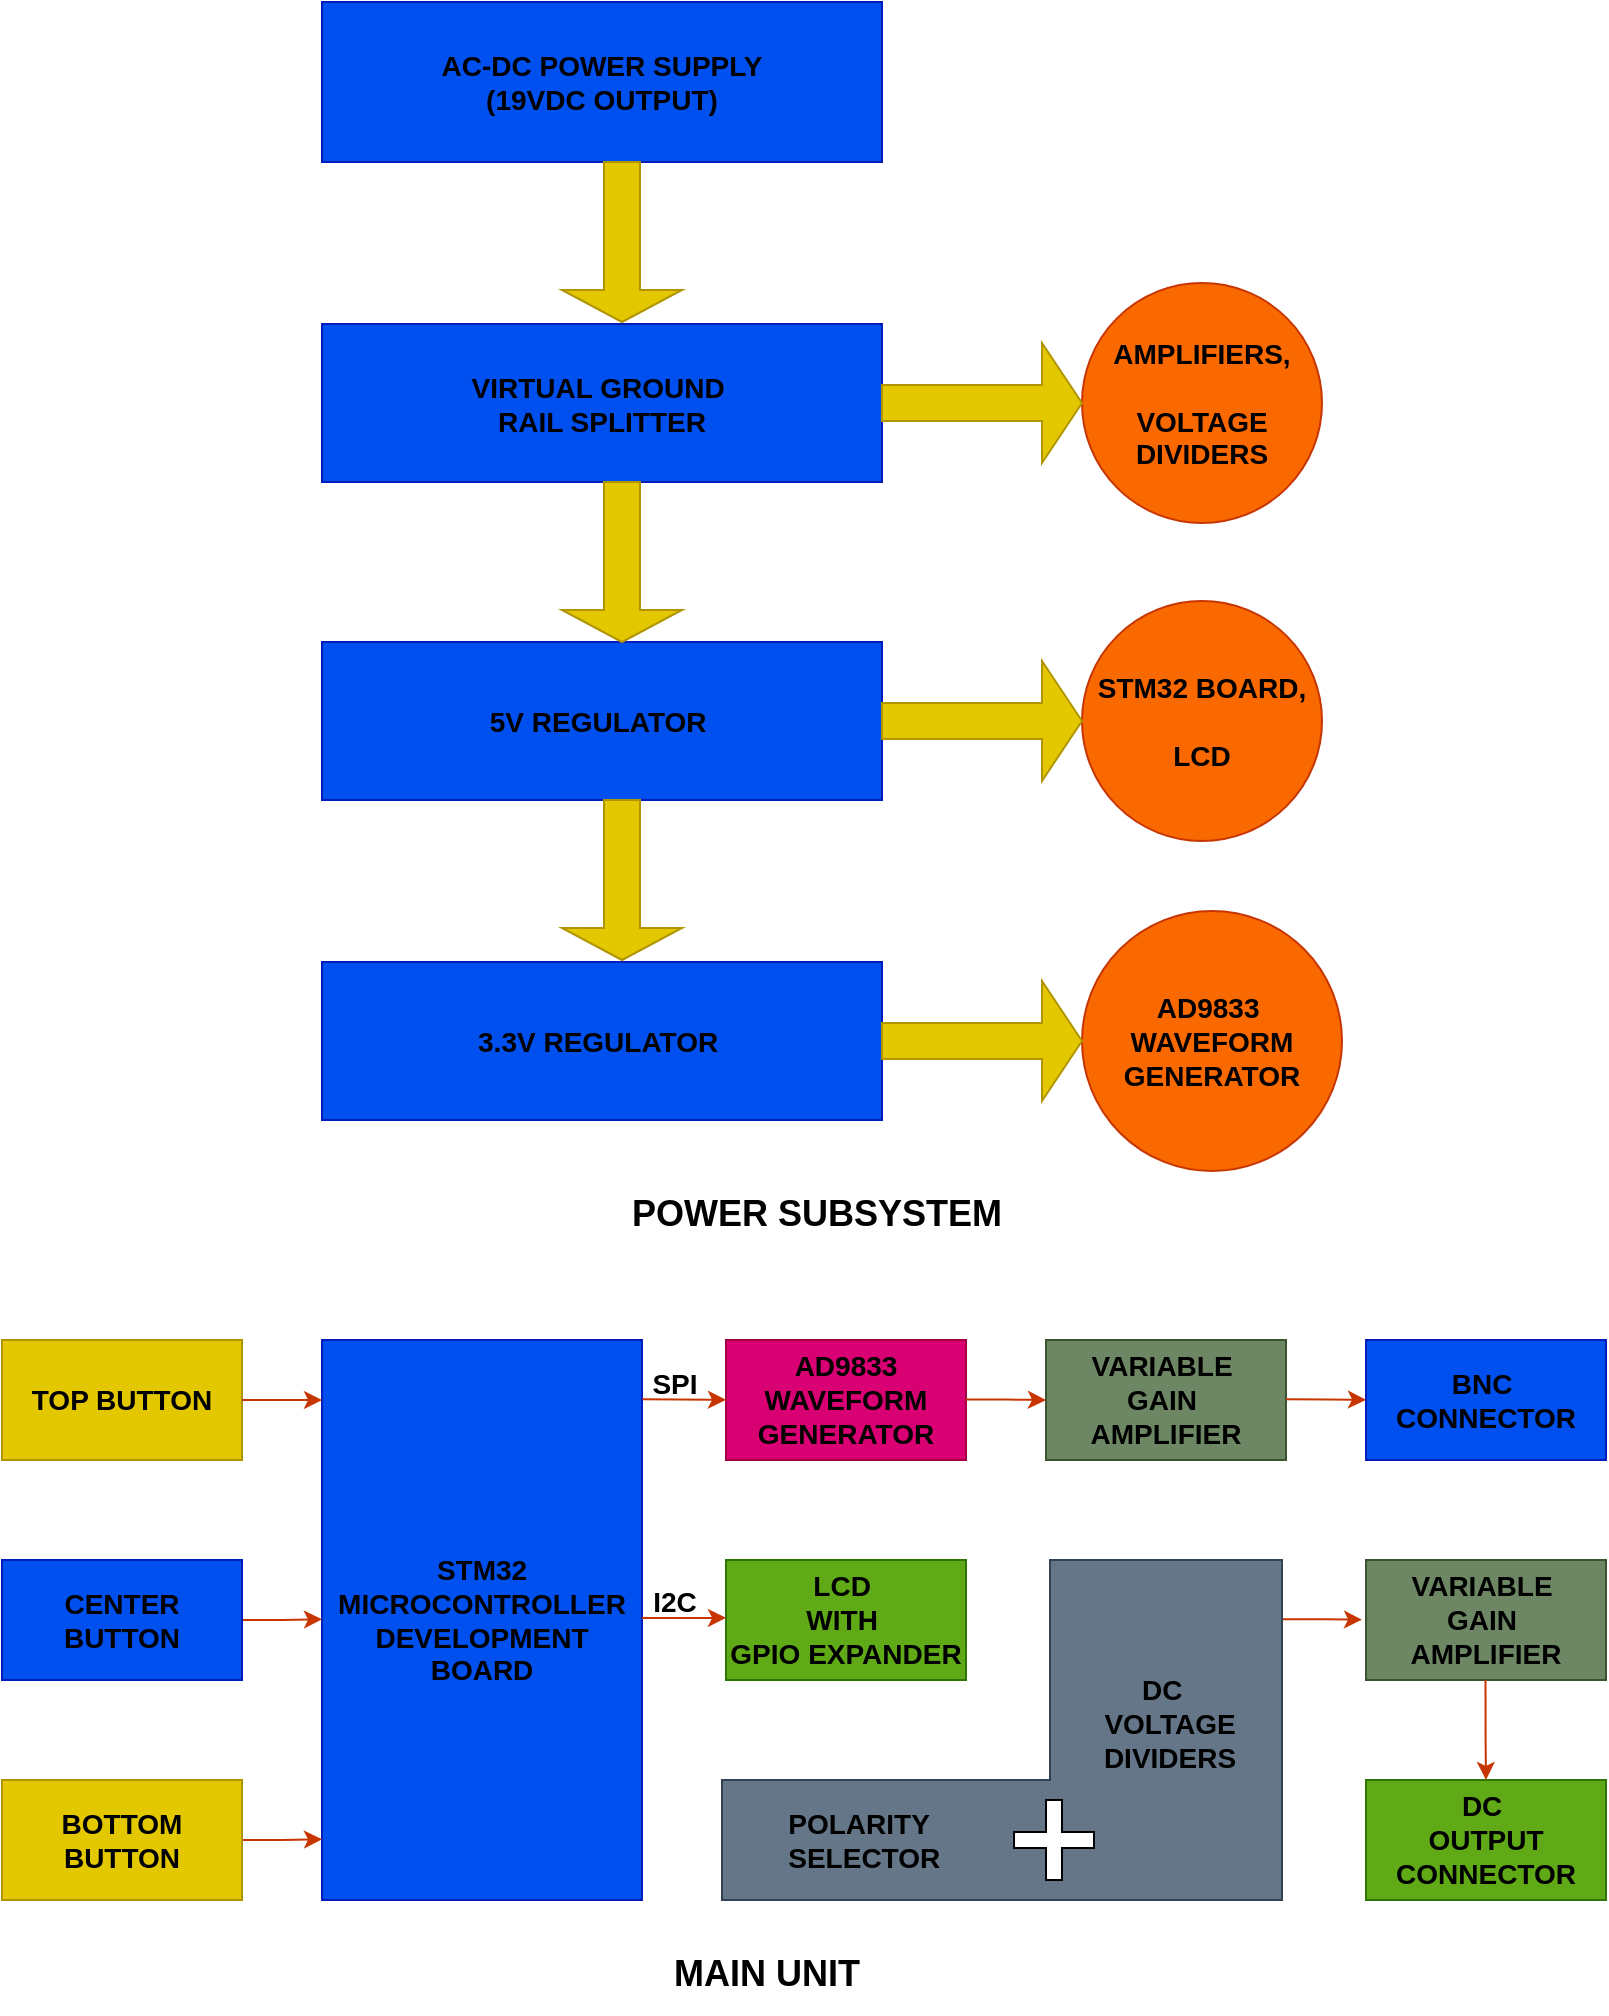
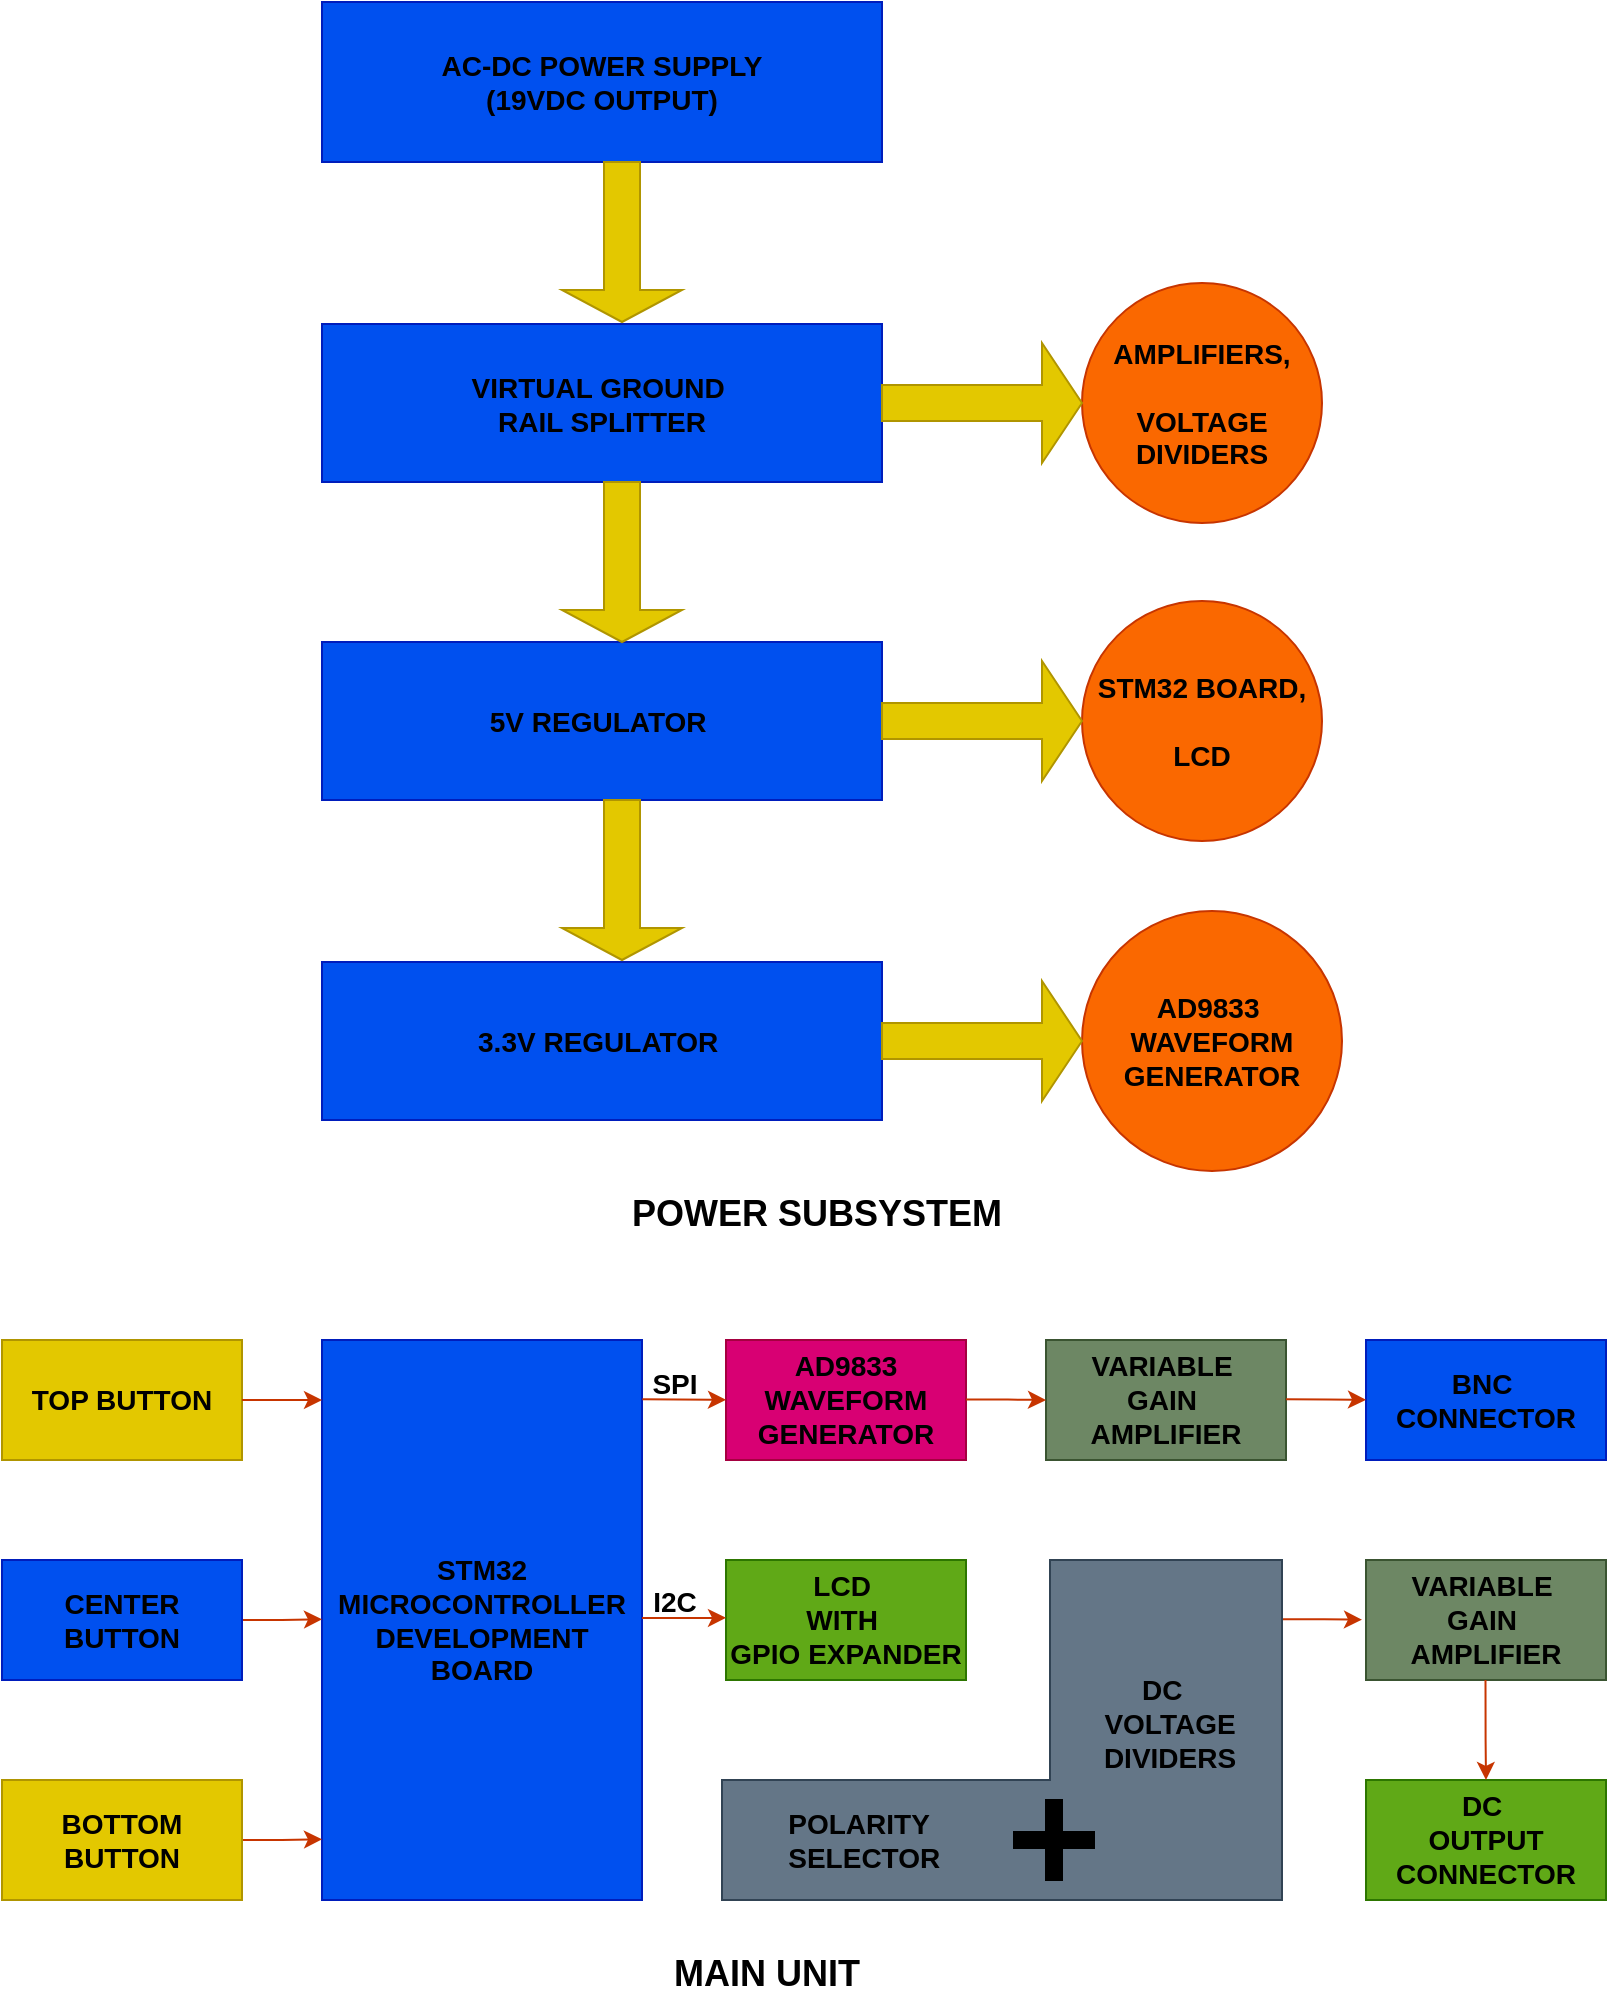
<mxfile host="Electron" agent="Mozilla/5.0 (Windows NT 10.0; Win64; x64) AppleWebKit/537.36 (KHTML, like Gecko) draw.io/25.0.2 Chrome/128.0.6613.186 Electron/32.2.5 Safari/537.36" version="25.0.2">
  <diagram name="Page-1" id="zI-fd34Jn13eSEmsXVbT">
-     <mxGraphModel dx="430" dy="277" grid="1" gridSize="10" guides="1" tooltips="1" connect="1" arrows="1" fold="1" page="1" pageScale="1" pageWidth="827" pageHeight="1169" math="0" shadow="0">
+     <mxGraphModel dx="241" dy="148" grid="1" gridSize="10" guides="1" tooltips="1" connect="1" arrows="1" fold="1" page="1" pageScale="1" pageWidth="827" pageHeight="1169" math="0" shadow="0">
      <root>
        <mxCell id="0" />
        <mxCell id="1" parent="0" />
        <mxCell id="C_1iWkrWVhk2KQEwKrif-1" value="&lt;font style=&quot;font-size: 14px;&quot; color=&quot;#000000&quot;&gt;&lt;b style=&quot;&quot;&gt;STM32 MICROCONTROLLER DEVELOPMENT BOARD&lt;/b&gt;&lt;/font&gt;" style="rounded=0;whiteSpace=wrap;html=1;fillColor=#0050ef;fontColor=#ffffff;strokeColor=#001DBC;" parent="1" vertex="1">
          <mxGeometry x="174" y="710" width="160" height="280" as="geometry" />
        </mxCell>
-         <mxCell id="73_bf7qP_FaloE6AHsFR-1" value="&lt;font color=&quot;#000000&quot; style=&quot;font-size: 14px;&quot;&gt;&lt;b&gt;TOP BUTTON&lt;/b&gt;&lt;/font&gt;" style="rounded=0;whiteSpace=wrap;html=1;fillColor=#e3c800;fontColor=#000000;strokeColor=#B09500;" vertex="1" parent="1">
+         <mxCell id="73_bf7qP_FaloE6AHsFR-1" value="&lt;font color=&quot;#000000&quot; style=&quot;font-size: 14px;&quot;&gt;&lt;b&gt;TOP BUTTON&lt;/b&gt;&lt;/font&gt;" style="rounded=0;whiteSpace=wrap;html=1;fillColor=#e3c800;fontColor=#000000;strokeColor=#B09500;" parent="1" vertex="1">
          <mxGeometry x="14" y="710" width="120" height="60" as="geometry" />
        </mxCell>
-         <mxCell id="73_bf7qP_FaloE6AHsFR-4" value="&lt;font style=&quot;font-size: 14px;&quot; color=&quot;#000000&quot;&gt;&lt;b&gt;LCD&amp;nbsp;&lt;/b&gt;&lt;/font&gt;&lt;div&gt;&lt;font style=&quot;font-size: 14px;&quot; color=&quot;#000000&quot;&gt;&lt;b&gt;WITH&amp;nbsp;&lt;/b&gt;&lt;/font&gt;&lt;/div&gt;&lt;div&gt;&lt;font style=&quot;font-size: 14px;&quot; color=&quot;#000000&quot;&gt;&lt;b&gt;GPIO EXPANDER&lt;/b&gt;&lt;/font&gt;&lt;/div&gt;" style="rounded=0;whiteSpace=wrap;html=1;fillColor=#60a917;fontColor=#ffffff;strokeColor=#2D7600;" vertex="1" parent="1">
+         <mxCell id="73_bf7qP_FaloE6AHsFR-4" value="&lt;font style=&quot;font-size: 14px;&quot; color=&quot;#000000&quot;&gt;&lt;b&gt;LCD&amp;nbsp;&lt;/b&gt;&lt;/font&gt;&lt;div&gt;&lt;font style=&quot;font-size: 14px;&quot; color=&quot;#000000&quot;&gt;&lt;b&gt;WITH&amp;nbsp;&lt;/b&gt;&lt;/font&gt;&lt;/div&gt;&lt;div&gt;&lt;font style=&quot;font-size: 14px;&quot; color=&quot;#000000&quot;&gt;&lt;b&gt;GPIO EXPANDER&lt;/b&gt;&lt;/font&gt;&lt;/div&gt;" style="rounded=0;whiteSpace=wrap;html=1;fillColor=#60a917;fontColor=#ffffff;strokeColor=#2D7600;" parent="1" vertex="1">
          <mxGeometry x="376" y="820" width="120" height="60" as="geometry" />
        </mxCell>
-         <mxCell id="73_bf7qP_FaloE6AHsFR-5" value="&lt;b&gt;&lt;font color=&quot;#000000&quot; style=&quot;font-size: 14px;&quot;&gt;AD9833 WAVEFORM GENERATOR&lt;/font&gt;&lt;/b&gt;" style="rounded=0;whiteSpace=wrap;html=1;fillColor=#d80073;fontColor=#ffffff;strokeColor=#A50040;" vertex="1" parent="1">
+         <mxCell id="73_bf7qP_FaloE6AHsFR-5" value="&lt;b&gt;&lt;font color=&quot;#000000&quot; style=&quot;font-size: 14px;&quot;&gt;AD9833 WAVEFORM GENERATOR&lt;/font&gt;&lt;/b&gt;" style="rounded=0;whiteSpace=wrap;html=1;fillColor=#d80073;fontColor=#ffffff;strokeColor=#A50040;" parent="1" vertex="1">
          <mxGeometry x="376" y="710" width="120" height="60" as="geometry" />
        </mxCell>
-         <mxCell id="73_bf7qP_FaloE6AHsFR-7" style="edgeStyle=orthogonalEdgeStyle;rounded=0;orthogonalLoop=1;jettySize=auto;html=1;exitX=1;exitY=0.5;exitDx=0;exitDy=0;fillColor=#fa6800;strokeColor=#C73500;" edge="1" parent="1" source="73_bf7qP_FaloE6AHsFR-1">
+         <mxCell id="73_bf7qP_FaloE6AHsFR-7" style="edgeStyle=orthogonalEdgeStyle;rounded=0;orthogonalLoop=1;jettySize=auto;html=1;exitX=1;exitY=0.5;exitDx=0;exitDy=0;fillColor=#fa6800;strokeColor=#C73500;" parent="1" source="73_bf7qP_FaloE6AHsFR-1" edge="1">
          <mxGeometry relative="1" as="geometry">
            <mxPoint x="174" y="740" as="targetPoint" />
          </mxGeometry>
        </mxCell>
-         <mxCell id="73_bf7qP_FaloE6AHsFR-8" style="edgeStyle=orthogonalEdgeStyle;rounded=0;orthogonalLoop=1;jettySize=auto;html=1;exitX=1;exitY=0.5;exitDx=0;exitDy=0;fillColor=#fa6800;strokeColor=#C73500;" edge="1" parent="1" source="73_bf7qP_FaloE6AHsFR-2">
+         <mxCell id="73_bf7qP_FaloE6AHsFR-8" style="edgeStyle=orthogonalEdgeStyle;rounded=0;orthogonalLoop=1;jettySize=auto;html=1;exitX=1;exitY=0.5;exitDx=0;exitDy=0;fillColor=#fa6800;strokeColor=#C73500;" parent="1" source="73_bf7qP_FaloE6AHsFR-2" edge="1">
          <mxGeometry relative="1" as="geometry">
            <mxPoint x="94" y="849.64" as="sourcePoint" />
            <mxPoint x="174" y="849.64" as="targetPoint" />
          </mxGeometry>
        </mxCell>
-         <mxCell id="73_bf7qP_FaloE6AHsFR-9" style="edgeStyle=orthogonalEdgeStyle;rounded=0;orthogonalLoop=1;jettySize=auto;html=1;exitX=1;exitY=0.5;exitDx=0;exitDy=0;fillColor=#fa6800;strokeColor=#C73500;" edge="1" parent="1" source="73_bf7qP_FaloE6AHsFR-3">
+         <mxCell id="73_bf7qP_FaloE6AHsFR-9" style="edgeStyle=orthogonalEdgeStyle;rounded=0;orthogonalLoop=1;jettySize=auto;html=1;exitX=1;exitY=0.5;exitDx=0;exitDy=0;fillColor=#fa6800;strokeColor=#C73500;" parent="1" source="73_bf7qP_FaloE6AHsFR-3" edge="1">
          <mxGeometry relative="1" as="geometry">
            <mxPoint x="94" y="959.6399999999999" as="sourcePoint" />
            <mxPoint x="174" y="959.6399999999999" as="targetPoint" />
          </mxGeometry>
        </mxCell>
-         <mxCell id="73_bf7qP_FaloE6AHsFR-10" style="edgeStyle=orthogonalEdgeStyle;rounded=0;orthogonalLoop=1;jettySize=auto;html=1;exitX=1.001;exitY=0.106;exitDx=0;exitDy=0;fillColor=#fa6800;strokeColor=#C73500;exitPerimeter=0;" edge="1" parent="1" source="C_1iWkrWVhk2KQEwKrif-1">
+         <mxCell id="73_bf7qP_FaloE6AHsFR-10" style="edgeStyle=orthogonalEdgeStyle;rounded=0;orthogonalLoop=1;jettySize=auto;html=1;exitX=1.001;exitY=0.106;exitDx=0;exitDy=0;fillColor=#fa6800;strokeColor=#C73500;exitPerimeter=0;" parent="1" source="C_1iWkrWVhk2KQEwKrif-1" edge="1">
          <mxGeometry relative="1" as="geometry">
            <mxPoint x="336" y="739.5699999999999" as="sourcePoint" />
            <mxPoint x="376" y="739.9300000000001" as="targetPoint" />
            <Array as="points">
              <mxPoint x="352" y="740" />
            </Array>
          </mxGeometry>
        </mxCell>
-         <mxCell id="73_bf7qP_FaloE6AHsFR-15" value="&lt;font color=&quot;#000000&quot;&gt;&lt;span style=&quot;font-size: 14px;&quot;&gt;&lt;b&gt;VARIABLE&amp;nbsp;&lt;/b&gt;&lt;/span&gt;&lt;/font&gt;&lt;div&gt;&lt;font color=&quot;#000000&quot;&gt;&lt;span style=&quot;font-size: 14px;&quot;&gt;&lt;b&gt;GAIN&amp;nbsp;&lt;/b&gt;&lt;/span&gt;&lt;/font&gt;&lt;/div&gt;&lt;div&gt;&lt;font color=&quot;#000000&quot;&gt;&lt;span style=&quot;font-size: 14px;&quot;&gt;&lt;b&gt;AMPLIFIER&lt;/b&gt;&lt;/span&gt;&lt;/font&gt;&lt;/div&gt;" style="rounded=0;whiteSpace=wrap;html=1;fillColor=#6d8764;fontColor=#ffffff;strokeColor=#3A5431;" vertex="1" parent="1">
+         <mxCell id="73_bf7qP_FaloE6AHsFR-15" value="&lt;font color=&quot;#000000&quot;&gt;&lt;span style=&quot;font-size: 14px;&quot;&gt;&lt;b&gt;VARIABLE&amp;nbsp;&lt;/b&gt;&lt;/span&gt;&lt;/font&gt;&lt;div&gt;&lt;font color=&quot;#000000&quot;&gt;&lt;span style=&quot;font-size: 14px;&quot;&gt;&lt;b&gt;GAIN&amp;nbsp;&lt;/b&gt;&lt;/span&gt;&lt;/font&gt;&lt;/div&gt;&lt;div&gt;&lt;font color=&quot;#000000&quot;&gt;&lt;span style=&quot;font-size: 14px;&quot;&gt;&lt;b&gt;AMPLIFIER&lt;/b&gt;&lt;/span&gt;&lt;/font&gt;&lt;/div&gt;" style="rounded=0;whiteSpace=wrap;html=1;fillColor=#6d8764;fontColor=#ffffff;strokeColor=#3A5431;" parent="1" vertex="1">
          <mxGeometry x="536" y="710" width="120" height="60" as="geometry" />
        </mxCell>
-         <mxCell id="73_bf7qP_FaloE6AHsFR-16" style="edgeStyle=orthogonalEdgeStyle;rounded=0;orthogonalLoop=1;jettySize=auto;html=1;exitX=1;exitY=0.5;exitDx=0;exitDy=0;fillColor=#fa6800;strokeColor=#C73500;" edge="1" parent="1">
+         <mxCell id="73_bf7qP_FaloE6AHsFR-16" style="edgeStyle=orthogonalEdgeStyle;rounded=0;orthogonalLoop=1;jettySize=auto;html=1;exitX=1;exitY=0.5;exitDx=0;exitDy=0;fillColor=#fa6800;strokeColor=#C73500;" parent="1" edge="1">
          <mxGeometry relative="1" as="geometry">
            <mxPoint x="496" y="739.76" as="sourcePoint" />
            <mxPoint x="536" y="740" as="targetPoint" />
            <Array as="points">
              <mxPoint x="517" y="740" />
            </Array>
          </mxGeometry>
        </mxCell>
-         <mxCell id="73_bf7qP_FaloE6AHsFR-20" value="&lt;font style=&quot;font-size: 14px;&quot; color=&quot;#000000&quot;&gt;&lt;b style=&quot;&quot;&gt;BNC&amp;nbsp;&lt;/b&gt;&lt;/font&gt;&lt;div&gt;&lt;font style=&quot;font-size: 14px;&quot; color=&quot;#000000&quot;&gt;&lt;b style=&quot;&quot;&gt;CONNECTOR&lt;/b&gt;&lt;/font&gt;&lt;/div&gt;" style="rounded=0;whiteSpace=wrap;html=1;fillColor=#0050ef;fontColor=#ffffff;strokeColor=#001DBC;" vertex="1" parent="1">
+         <mxCell id="73_bf7qP_FaloE6AHsFR-20" value="&lt;font style=&quot;font-size: 14px;&quot; color=&quot;#000000&quot;&gt;&lt;b style=&quot;&quot;&gt;BNC&amp;nbsp;&lt;/b&gt;&lt;/font&gt;&lt;div&gt;&lt;font style=&quot;font-size: 14px;&quot; color=&quot;#000000&quot;&gt;&lt;b style=&quot;&quot;&gt;CONNECTOR&lt;/b&gt;&lt;/font&gt;&lt;/div&gt;" style="rounded=0;whiteSpace=wrap;html=1;fillColor=#0050ef;fontColor=#ffffff;strokeColor=#001DBC;" parent="1" vertex="1">
          <mxGeometry x="696" y="710" width="120" height="60" as="geometry" />
        </mxCell>
-         <mxCell id="73_bf7qP_FaloE6AHsFR-21" value="" style="edgeStyle=orthogonalEdgeStyle;rounded=0;orthogonalLoop=1;jettySize=auto;html=1;exitX=1;exitY=0.5;exitDx=0;exitDy=0;" edge="1" parent="1" target="73_bf7qP_FaloE6AHsFR-2">
+         <mxCell id="73_bf7qP_FaloE6AHsFR-21" value="" style="edgeStyle=orthogonalEdgeStyle;rounded=0;orthogonalLoop=1;jettySize=auto;html=1;exitX=1;exitY=0.5;exitDx=0;exitDy=0;" parent="1" target="73_bf7qP_FaloE6AHsFR-2" edge="1">
          <mxGeometry relative="1" as="geometry">
            <mxPoint x="94" y="839.64" as="sourcePoint" />
            <mxPoint x="174" y="839.64" as="targetPoint" />
          </mxGeometry>
        </mxCell>
-         <mxCell id="73_bf7qP_FaloE6AHsFR-2" value="&lt;font color=&quot;#000000&quot; style=&quot;font-size: 14px;&quot;&gt;&lt;b&gt;CENTER BUTTON&lt;/b&gt;&lt;/font&gt;" style="rounded=0;whiteSpace=wrap;html=1;fillColor=#0050ef;fontColor=#ffffff;strokeColor=#001DBC;" vertex="1" parent="1">
+         <mxCell id="73_bf7qP_FaloE6AHsFR-2" value="&lt;font color=&quot;#000000&quot; style=&quot;font-size: 14px;&quot;&gt;&lt;b&gt;CENTER BUTTON&lt;/b&gt;&lt;/font&gt;" style="rounded=0;whiteSpace=wrap;html=1;fillColor=#0050ef;fontColor=#ffffff;strokeColor=#001DBC;" parent="1" vertex="1">
          <mxGeometry x="14" y="820" width="120" height="60" as="geometry" />
        </mxCell>
-         <mxCell id="73_bf7qP_FaloE6AHsFR-3" value="&lt;font color=&quot;#000000&quot; style=&quot;font-size: 14px;&quot;&gt;&lt;b&gt;BOTTOM BUTTON&lt;/b&gt;&lt;/font&gt;" style="rounded=0;whiteSpace=wrap;html=1;fillColor=#e3c800;fontColor=#000000;strokeColor=#B09500;" vertex="1" parent="1">
+         <mxCell id="73_bf7qP_FaloE6AHsFR-3" value="&lt;font color=&quot;#000000&quot; style=&quot;font-size: 14px;&quot;&gt;&lt;b&gt;BOTTOM BUTTON&lt;/b&gt;&lt;/font&gt;" style="rounded=0;whiteSpace=wrap;html=1;fillColor=#e3c800;fontColor=#000000;strokeColor=#B09500;" parent="1" vertex="1">
          <mxGeometry x="14" y="930" width="120" height="60" as="geometry" />
        </mxCell>
-         <mxCell id="73_bf7qP_FaloE6AHsFR-28" style="edgeStyle=orthogonalEdgeStyle;rounded=0;orthogonalLoop=1;jettySize=auto;html=1;exitX=1;exitY=0.5;exitDx=0;exitDy=0;fillColor=#fa6800;strokeColor=#C73500;" edge="1" parent="1">
+         <mxCell id="73_bf7qP_FaloE6AHsFR-28" style="edgeStyle=orthogonalEdgeStyle;rounded=0;orthogonalLoop=1;jettySize=auto;html=1;exitX=1;exitY=0.5;exitDx=0;exitDy=0;fillColor=#fa6800;strokeColor=#C73500;" parent="1" edge="1">
          <mxGeometry relative="1" as="geometry">
            <mxPoint x="656" y="739.65" as="sourcePoint" />
            <mxPoint x="696" y="739.89" as="targetPoint" />
            <Array as="points">
              <mxPoint x="677" y="740" />
            </Array>
          </mxGeometry>
        </mxCell>
-         <mxCell id="73_bf7qP_FaloE6AHsFR-30" value="&lt;font color=&quot;#000000&quot;&gt;&lt;span style=&quot;font-size: 14px;&quot;&gt;&lt;b&gt;VARIABLE&amp;nbsp;&lt;/b&gt;&lt;/span&gt;&lt;/font&gt;&lt;div&gt;&lt;font color=&quot;#000000&quot;&gt;&lt;span style=&quot;font-size: 14px;&quot;&gt;&lt;b&gt;GAIN&amp;nbsp;&lt;/b&gt;&lt;/span&gt;&lt;/font&gt;&lt;/div&gt;&lt;div&gt;&lt;font color=&quot;#000000&quot;&gt;&lt;span style=&quot;font-size: 14px;&quot;&gt;&lt;b&gt;AMPLIFIER&lt;/b&gt;&lt;/span&gt;&lt;/font&gt;&lt;/div&gt;" style="rounded=0;whiteSpace=wrap;html=1;fillColor=#6d8764;fontColor=#ffffff;strokeColor=#3A5431;" vertex="1" parent="1">
+         <mxCell id="73_bf7qP_FaloE6AHsFR-30" value="&lt;font color=&quot;#000000&quot;&gt;&lt;span style=&quot;font-size: 14px;&quot;&gt;&lt;b&gt;VARIABLE&amp;nbsp;&lt;/b&gt;&lt;/span&gt;&lt;/font&gt;&lt;div&gt;&lt;font color=&quot;#000000&quot;&gt;&lt;span style=&quot;font-size: 14px;&quot;&gt;&lt;b&gt;GAIN&amp;nbsp;&lt;/b&gt;&lt;/span&gt;&lt;/font&gt;&lt;/div&gt;&lt;div&gt;&lt;font color=&quot;#000000&quot;&gt;&lt;span style=&quot;font-size: 14px;&quot;&gt;&lt;b&gt;AMPLIFIER&lt;/b&gt;&lt;/span&gt;&lt;/font&gt;&lt;/div&gt;" style="rounded=0;whiteSpace=wrap;html=1;fillColor=#6d8764;fontColor=#ffffff;strokeColor=#3A5431;" parent="1" vertex="1">
          <mxGeometry x="696" y="820" width="120" height="60" as="geometry" />
        </mxCell>
-         <mxCell id="73_bf7qP_FaloE6AHsFR-32" style="edgeStyle=orthogonalEdgeStyle;rounded=0;orthogonalLoop=1;jettySize=auto;html=1;exitX=1;exitY=0.5;exitDx=0;exitDy=0;fillColor=#fa6800;strokeColor=#C73500;" edge="1" parent="1">
+         <mxCell id="73_bf7qP_FaloE6AHsFR-32" style="edgeStyle=orthogonalEdgeStyle;rounded=0;orthogonalLoop=1;jettySize=auto;html=1;exitX=1;exitY=0.5;exitDx=0;exitDy=0;fillColor=#fa6800;strokeColor=#C73500;" parent="1" edge="1">
          <mxGeometry relative="1" as="geometry">
            <mxPoint x="654" y="849.62" as="sourcePoint" />
            <mxPoint x="694" y="849.86" as="targetPoint" />
            <Array as="points">
              <mxPoint x="675" y="850" />
            </Array>
          </mxGeometry>
        </mxCell>
-         <mxCell id="73_bf7qP_FaloE6AHsFR-35" value="" style="shape=corner;whiteSpace=wrap;html=1;rotation=-180;dx=116;dy=60;fillColor=#647687;fontColor=#ffffff;strokeColor=#314354;" vertex="1" parent="1">
+         <mxCell id="73_bf7qP_FaloE6AHsFR-35" value="" style="shape=corner;whiteSpace=wrap;html=1;rotation=-180;dx=116;dy=60;fillColor=#647687;fontColor=#ffffff;strokeColor=#314354;" parent="1" vertex="1">
          <mxGeometry x="374" y="820" width="280" height="170" as="geometry" />
        </mxCell>
-         <mxCell id="73_bf7qP_FaloE6AHsFR-37" value="&lt;div style=&quot;text-align: center;&quot;&gt;&lt;b style=&quot;background-color: initial; color: rgb(0, 0, 0); font-size: 14px;&quot;&gt;&lt;br&gt;&lt;/b&gt;&lt;/div&gt;&lt;div style=&quot;text-align: center;&quot;&gt;&lt;b style=&quot;background-color: initial; color: rgb(0, 0, 0); font-size: 14px;&quot;&gt;&lt;br&gt;&lt;/b&gt;&lt;/div&gt;&lt;div style=&quot;text-align: center;&quot;&gt;&lt;b style=&quot;background-color: initial; color: rgb(0, 0, 0); font-size: 14px;&quot;&gt;&lt;br&gt;&lt;/b&gt;&lt;/div&gt;&lt;div style=&quot;text-align: center;&quot;&gt;&lt;b style=&quot;background-color: initial; color: rgb(0, 0, 0); font-size: 14px;&quot;&gt;DC&amp;nbsp;&amp;nbsp;&lt;/b&gt;&lt;br&gt;&lt;/div&gt;&lt;div style=&quot;text-align: center;&quot;&gt;&lt;b style=&quot;color: rgb(0, 0, 0); background-color: initial; font-size: 14px;&quot;&gt;VOLTAGE DIVIDERS&lt;/b&gt;&lt;/div&gt;" style="text;whiteSpace=wrap;html=1;" vertex="1" parent="1">
+         <mxCell id="73_bf7qP_FaloE6AHsFR-37" value="&lt;div style=&quot;text-align: center;&quot;&gt;&lt;b style=&quot;background-color: initial; color: rgb(0, 0, 0); font-size: 14px;&quot;&gt;&lt;br&gt;&lt;/b&gt;&lt;/div&gt;&lt;div style=&quot;text-align: center;&quot;&gt;&lt;b style=&quot;background-color: initial; color: rgb(0, 0, 0); font-size: 14px;&quot;&gt;&lt;br&gt;&lt;/b&gt;&lt;/div&gt;&lt;div style=&quot;text-align: center;&quot;&gt;&lt;b style=&quot;background-color: initial; color: rgb(0, 0, 0); font-size: 14px;&quot;&gt;&lt;br&gt;&lt;/b&gt;&lt;/div&gt;&lt;div style=&quot;text-align: center;&quot;&gt;&lt;b style=&quot;background-color: initial; color: rgb(0, 0, 0); font-size: 14px;&quot;&gt;DC&amp;nbsp;&amp;nbsp;&lt;/b&gt;&lt;br&gt;&lt;/div&gt;&lt;div style=&quot;text-align: center;&quot;&gt;&lt;b style=&quot;color: rgb(0, 0, 0); background-color: initial; font-size: 14px;&quot;&gt;VOLTAGE DIVIDERS&lt;/b&gt;&lt;/div&gt;" style="text;whiteSpace=wrap;html=1;" parent="1" vertex="1">
          <mxGeometry x="540" y="820" width="114" height="170" as="geometry" />
        </mxCell>
-         <mxCell id="73_bf7qP_FaloE6AHsFR-38" value="&lt;div&gt;&lt;font style=&quot;font-size: 14px;&quot; color=&quot;#000000&quot;&gt;&lt;b&gt;&lt;br&gt;&lt;/b&gt;&lt;/font&gt;&lt;/div&gt;&lt;font style=&quot;font-size: 14px;&quot; color=&quot;#000000&quot;&gt;&lt;b&gt;&lt;span style=&quot;white-space: pre;&quot;&gt;&#x9;&lt;/span&gt;POLARITY&amp;nbsp;&lt;/b&gt;&lt;/font&gt;&lt;div&gt;&lt;font style=&quot;font-size: 14px;&quot; color=&quot;#000000&quot;&gt;&lt;b&gt;&lt;span style=&quot;white-space: pre;&quot;&gt;&#x9;&lt;/span&gt;SELECTOR&lt;/b&gt;&lt;/font&gt;&lt;/div&gt;" style="text;whiteSpace=wrap;html=1;" vertex="1" parent="1">
+         <mxCell id="73_bf7qP_FaloE6AHsFR-38" value="&lt;div&gt;&lt;font style=&quot;font-size: 14px;&quot; color=&quot;#000000&quot;&gt;&lt;b&gt;&lt;br&gt;&lt;/b&gt;&lt;/font&gt;&lt;/div&gt;&lt;font style=&quot;font-size: 14px;&quot; color=&quot;#000000&quot;&gt;&lt;b&gt;&lt;span style=&quot;white-space: pre;&quot;&gt;&#x9;&lt;/span&gt;POLARITY&amp;nbsp;&lt;/b&gt;&lt;/font&gt;&lt;div&gt;&lt;font style=&quot;font-size: 14px;&quot; color=&quot;#000000&quot;&gt;&lt;b&gt;&lt;span style=&quot;white-space: pre;&quot;&gt;&#x9;&lt;/span&gt;SELECTOR&lt;/b&gt;&lt;/font&gt;&lt;/div&gt;" style="text;whiteSpace=wrap;html=1;" parent="1" vertex="1">
          <mxGeometry x="374" y="920" width="146" height="80" as="geometry" />
        </mxCell>
-         <mxCell id="73_bf7qP_FaloE6AHsFR-39" value="" style="shape=cross;whiteSpace=wrap;html=1;" vertex="1" parent="1">
+         <mxCell id="73_bf7qP_FaloE6AHsFR-39" value="" style="shape=cross;whiteSpace=wrap;html=1;fillColor=#000000;fontColor=#ffffff;strokeColor=#000000;" parent="1" vertex="1">
          <mxGeometry x="520" y="940" width="40" height="40" as="geometry" />
        </mxCell>
-         <mxCell id="73_bf7qP_FaloE6AHsFR-40" value="&lt;font color=&quot;#000000&quot;&gt;&lt;span style=&quot;font-size: 14px;&quot;&gt;&lt;b&gt;DC&amp;nbsp;&lt;/b&gt;&lt;/span&gt;&lt;/font&gt;&lt;div&gt;&lt;font color=&quot;#000000&quot;&gt;&lt;span style=&quot;font-size: 14px;&quot;&gt;&lt;b&gt;OUTPUT&lt;/b&gt;&lt;/span&gt;&lt;/font&gt;&lt;/div&gt;&lt;div&gt;&lt;font color=&quot;#000000&quot;&gt;&lt;span style=&quot;font-size: 14px;&quot;&gt;&lt;b&gt;CONNECTOR&lt;/b&gt;&lt;/span&gt;&lt;/font&gt;&lt;/div&gt;" style="rounded=0;whiteSpace=wrap;html=1;fillColor=#60a917;fontColor=#ffffff;strokeColor=#2D7600;" vertex="1" parent="1">
+         <mxCell id="73_bf7qP_FaloE6AHsFR-40" value="&lt;font color=&quot;#000000&quot;&gt;&lt;span style=&quot;font-size: 14px;&quot;&gt;&lt;b&gt;DC&amp;nbsp;&lt;/b&gt;&lt;/span&gt;&lt;/font&gt;&lt;div&gt;&lt;font color=&quot;#000000&quot;&gt;&lt;span style=&quot;font-size: 14px;&quot;&gt;&lt;b&gt;OUTPUT&lt;/b&gt;&lt;/span&gt;&lt;/font&gt;&lt;/div&gt;&lt;div&gt;&lt;font color=&quot;#000000&quot;&gt;&lt;span style=&quot;font-size: 14px;&quot;&gt;&lt;b&gt;CONNECTOR&lt;/b&gt;&lt;/span&gt;&lt;/font&gt;&lt;/div&gt;" style="rounded=0;whiteSpace=wrap;html=1;fillColor=#60a917;fontColor=#ffffff;strokeColor=#2D7600;" parent="1" vertex="1">
          <mxGeometry x="696" y="930" width="120" height="60" as="geometry" />
        </mxCell>
-         <mxCell id="73_bf7qP_FaloE6AHsFR-41" style="edgeStyle=orthogonalEdgeStyle;rounded=0;orthogonalLoop=1;jettySize=auto;html=1;entryX=0.5;entryY=0;entryDx=0;entryDy=0;fillColor=#fa6800;strokeColor=#C73500;" edge="1" parent="1">
+         <mxCell id="73_bf7qP_FaloE6AHsFR-41" style="edgeStyle=orthogonalEdgeStyle;rounded=0;orthogonalLoop=1;jettySize=auto;html=1;entryX=0.5;entryY=0;entryDx=0;entryDy=0;fillColor=#fa6800;strokeColor=#C73500;" parent="1" edge="1">
          <mxGeometry relative="1" as="geometry">
            <mxPoint x="755.75" y="880" as="sourcePoint" />
            <mxPoint x="756" y="930" as="targetPoint" />
            <Array as="points">
              <mxPoint x="756" y="910" />
              <mxPoint x="756" y="910" />
            </Array>
          </mxGeometry>
        </mxCell>
-         <mxCell id="73_bf7qP_FaloE6AHsFR-47" value="&lt;font color=&quot;#000000&quot; style=&quot;font-size: 14px;&quot;&gt;&lt;b&gt;AC-DC POWER SUPPLY&lt;/b&gt;&lt;/font&gt;&lt;div&gt;&lt;font color=&quot;#000000&quot; style=&quot;font-size: 14px;&quot;&gt;&lt;b&gt;(19VDC OUTPUT)&lt;/b&gt;&lt;/font&gt;&lt;/div&gt;" style="rounded=0;whiteSpace=wrap;html=1;fillColor=#0050ef;fontColor=#ffffff;strokeColor=#001DBC;" vertex="1" parent="1">
+         <mxCell id="73_bf7qP_FaloE6AHsFR-47" value="&lt;font color=&quot;#000000&quot; style=&quot;font-size: 14px;&quot;&gt;&lt;b&gt;AC-DC POWER SUPPLY&lt;/b&gt;&lt;/font&gt;&lt;div&gt;&lt;font color=&quot;#000000&quot; style=&quot;font-size: 14px;&quot;&gt;&lt;b&gt;(19VDC OUTPUT)&lt;/b&gt;&lt;/font&gt;&lt;/div&gt;" style="rounded=0;whiteSpace=wrap;html=1;fillColor=#0050ef;fontColor=#ffffff;strokeColor=#001DBC;" parent="1" vertex="1">
          <mxGeometry x="174" y="41" width="280" height="80" as="geometry" />
        </mxCell>
-         <mxCell id="73_bf7qP_FaloE6AHsFR-48" value="&lt;b&gt;&lt;font color=&quot;#000000&quot; style=&quot;font-size: 14px;&quot;&gt;VIRTUAL GROUND&amp;nbsp;&lt;/font&gt;&lt;/b&gt;&lt;div&gt;&lt;b&gt;&lt;font color=&quot;#000000&quot; style=&quot;font-size: 14px;&quot;&gt;RAIL SPLITTER&lt;/font&gt;&lt;/b&gt;&lt;/div&gt;" style="rounded=0;whiteSpace=wrap;html=1;fillColor=#0050ef;fontColor=#ffffff;strokeColor=#001DBC;" vertex="1" parent="1">
+         <mxCell id="73_bf7qP_FaloE6AHsFR-48" value="&lt;b&gt;&lt;font color=&quot;#000000&quot; style=&quot;font-size: 14px;&quot;&gt;VIRTUAL GROUND&amp;nbsp;&lt;/font&gt;&lt;/b&gt;&lt;div&gt;&lt;b&gt;&lt;font color=&quot;#000000&quot; style=&quot;font-size: 14px;&quot;&gt;RAIL SPLITTER&lt;/font&gt;&lt;/b&gt;&lt;/div&gt;" style="rounded=0;whiteSpace=wrap;html=1;fillColor=#0050ef;fontColor=#ffffff;strokeColor=#001DBC;" parent="1" vertex="1">
          <mxGeometry x="174" y="202" width="280" height="79" as="geometry" />
        </mxCell>
-         <mxCell id="73_bf7qP_FaloE6AHsFR-51" value="&lt;span style=&quot;font-size: 14px;&quot;&gt;&lt;b&gt;&lt;font color=&quot;#000000&quot;&gt;5V REGULATOR&amp;nbsp;&lt;/font&gt;&lt;/b&gt;&lt;/span&gt;" style="rounded=0;whiteSpace=wrap;html=1;fillColor=#0050ef;fontColor=#ffffff;strokeColor=#001DBC;" vertex="1" parent="1">
+         <mxCell id="73_bf7qP_FaloE6AHsFR-51" value="&lt;span style=&quot;font-size: 14px;&quot;&gt;&lt;b&gt;&lt;font color=&quot;#000000&quot;&gt;5V REGULATOR&amp;nbsp;&lt;/font&gt;&lt;/b&gt;&lt;/span&gt;" style="rounded=0;whiteSpace=wrap;html=1;fillColor=#0050ef;fontColor=#ffffff;strokeColor=#001DBC;" parent="1" vertex="1">
          <mxGeometry x="174" y="361" width="280" height="79" as="geometry" />
        </mxCell>
-         <mxCell id="73_bf7qP_FaloE6AHsFR-52" value="&lt;span style=&quot;font-size: 14px;&quot;&gt;&lt;b&gt;&lt;font color=&quot;#000000&quot;&gt;3.3V REGULATOR&amp;nbsp;&lt;/font&gt;&lt;/b&gt;&lt;/span&gt;" style="rounded=0;whiteSpace=wrap;html=1;fillColor=#0050ef;fontColor=#ffffff;strokeColor=#001DBC;" vertex="1" parent="1">
+         <mxCell id="73_bf7qP_FaloE6AHsFR-52" value="&lt;span style=&quot;font-size: 14px;&quot;&gt;&lt;b&gt;&lt;font color=&quot;#000000&quot;&gt;3.3V REGULATOR&amp;nbsp;&lt;/font&gt;&lt;/b&gt;&lt;/span&gt;" style="rounded=0;whiteSpace=wrap;html=1;fillColor=#0050ef;fontColor=#ffffff;strokeColor=#001DBC;" parent="1" vertex="1">
          <mxGeometry x="174" y="521" width="280" height="79" as="geometry" />
        </mxCell>
-         <mxCell id="73_bf7qP_FaloE6AHsFR-72" value="&lt;div&gt;&lt;font color=&quot;#000000&quot; style=&quot;font-size: 14px;&quot;&gt;&lt;b&gt;AMPLIFIERS,&lt;/b&gt;&lt;/font&gt;&lt;/div&gt;&lt;div&gt;&lt;font color=&quot;#000000&quot; style=&quot;font-size: 14px;&quot;&gt;&lt;b&gt;&lt;br&gt;&lt;/b&gt;&lt;/font&gt;&lt;/div&gt;&lt;div&gt;&lt;font color=&quot;#000000&quot; style=&quot;font-size: 14px;&quot;&gt;&lt;b&gt;VOLTAGE DIVIDERS&lt;/b&gt;&lt;/font&gt;&lt;/div&gt;" style="ellipse;whiteSpace=wrap;html=1;aspect=fixed;fillColor=#fa6800;fontColor=#000000;strokeColor=#C73500;" vertex="1" parent="1">
+         <mxCell id="73_bf7qP_FaloE6AHsFR-72" value="&lt;div&gt;&lt;font color=&quot;#000000&quot; style=&quot;font-size: 14px;&quot;&gt;&lt;b&gt;AMPLIFIERS,&lt;/b&gt;&lt;/font&gt;&lt;/div&gt;&lt;div&gt;&lt;font color=&quot;#000000&quot; style=&quot;font-size: 14px;&quot;&gt;&lt;b&gt;&lt;br&gt;&lt;/b&gt;&lt;/font&gt;&lt;/div&gt;&lt;div&gt;&lt;font color=&quot;#000000&quot; style=&quot;font-size: 14px;&quot;&gt;&lt;b&gt;VOLTAGE DIVIDERS&lt;/b&gt;&lt;/font&gt;&lt;/div&gt;" style="ellipse;whiteSpace=wrap;html=1;aspect=fixed;fillColor=#fa6800;fontColor=#000000;strokeColor=#C73500;" parent="1" vertex="1">
          <mxGeometry x="554" y="181.5" width="120" height="120" as="geometry" />
        </mxCell>
-         <mxCell id="73_bf7qP_FaloE6AHsFR-73" value="&lt;font color=&quot;#000000&quot; style=&quot;font-size: 14px;&quot;&gt;&lt;b&gt;STM32 BOARD,&lt;/b&gt;&lt;/font&gt;&lt;div&gt;&lt;span style=&quot;font-size: 14px;&quot;&gt;&lt;b&gt;&lt;br&gt;&lt;/b&gt;&lt;/span&gt;&lt;div&gt;&lt;font color=&quot;#000000&quot; style=&quot;font-size: 14px;&quot;&gt;&lt;b&gt;LCD&lt;/b&gt;&lt;/font&gt;&lt;/div&gt;&lt;/div&gt;" style="ellipse;whiteSpace=wrap;html=1;aspect=fixed;fillColor=#fa6800;fontColor=#000000;strokeColor=#C73500;" vertex="1" parent="1">
+         <mxCell id="73_bf7qP_FaloE6AHsFR-73" value="&lt;font color=&quot;#000000&quot; style=&quot;font-size: 14px;&quot;&gt;&lt;b&gt;STM32 BOARD,&lt;/b&gt;&lt;/font&gt;&lt;div&gt;&lt;span style=&quot;font-size: 14px;&quot;&gt;&lt;b&gt;&lt;br&gt;&lt;/b&gt;&lt;/span&gt;&lt;div&gt;&lt;font color=&quot;#000000&quot; style=&quot;font-size: 14px;&quot;&gt;&lt;b&gt;LCD&lt;/b&gt;&lt;/font&gt;&lt;/div&gt;&lt;/div&gt;" style="ellipse;whiteSpace=wrap;html=1;aspect=fixed;fillColor=#fa6800;fontColor=#000000;strokeColor=#C73500;" parent="1" vertex="1">
          <mxGeometry x="554" y="340.5" width="120" height="120" as="geometry" />
        </mxCell>
-         <mxCell id="73_bf7qP_FaloE6AHsFR-74" value="&lt;font color=&quot;#000000&quot; style=&quot;font-size: 14px;&quot;&gt;&lt;b&gt;AD9833&amp;nbsp;&lt;/b&gt;&lt;/font&gt;&lt;div&gt;&lt;font color=&quot;#000000&quot; style=&quot;font-size: 14px;&quot;&gt;&lt;b&gt;WAVEFORM GENERATOR&lt;/b&gt;&lt;/font&gt;&lt;/div&gt;" style="ellipse;whiteSpace=wrap;html=1;aspect=fixed;fillColor=#fa6800;fontColor=#000000;strokeColor=#C73500;" vertex="1" parent="1">
+         <mxCell id="73_bf7qP_FaloE6AHsFR-74" value="&lt;font color=&quot;#000000&quot; style=&quot;font-size: 14px;&quot;&gt;&lt;b&gt;AD9833&amp;nbsp;&lt;/b&gt;&lt;/font&gt;&lt;div&gt;&lt;font color=&quot;#000000&quot; style=&quot;font-size: 14px;&quot;&gt;&lt;b&gt;WAVEFORM GENERATOR&lt;/b&gt;&lt;/font&gt;&lt;/div&gt;" style="ellipse;whiteSpace=wrap;html=1;aspect=fixed;fillColor=#fa6800;fontColor=#000000;strokeColor=#C73500;" parent="1" vertex="1">
          <mxGeometry x="554" y="495.5" width="130" height="130" as="geometry" />
        </mxCell>
-         <mxCell id="73_bf7qP_FaloE6AHsFR-76" value="" style="shape=singleArrow;whiteSpace=wrap;html=1;fillColor=#e3c800;fontColor=#000000;strokeColor=#B09500;" vertex="1" parent="1">
+         <mxCell id="73_bf7qP_FaloE6AHsFR-76" value="" style="shape=singleArrow;whiteSpace=wrap;html=1;fillColor=#e3c800;fontColor=#000000;strokeColor=#B09500;" parent="1" vertex="1">
          <mxGeometry x="454" y="211.5" width="100" height="60" as="geometry" />
        </mxCell>
-         <mxCell id="73_bf7qP_FaloE6AHsFR-77" value="" style="shape=singleArrow;whiteSpace=wrap;html=1;fillColor=#e3c800;fontColor=#000000;strokeColor=#B09500;" vertex="1" parent="1">
+         <mxCell id="73_bf7qP_FaloE6AHsFR-77" value="" style="shape=singleArrow;whiteSpace=wrap;html=1;fillColor=#e3c800;fontColor=#000000;strokeColor=#B09500;" parent="1" vertex="1">
          <mxGeometry x="454" y="370.5" width="100" height="60" as="geometry" />
        </mxCell>
-         <mxCell id="73_bf7qP_FaloE6AHsFR-78" value="" style="shape=singleArrow;whiteSpace=wrap;html=1;fillColor=#e3c800;fontColor=#000000;strokeColor=#B09500;" vertex="1" parent="1">
+         <mxCell id="73_bf7qP_FaloE6AHsFR-78" value="" style="shape=singleArrow;whiteSpace=wrap;html=1;fillColor=#e3c800;fontColor=#000000;strokeColor=#B09500;" parent="1" vertex="1">
          <mxGeometry x="454" y="530.5" width="100" height="60" as="geometry" />
        </mxCell>
-         <mxCell id="73_bf7qP_FaloE6AHsFR-79" value="" style="shape=singleArrow;whiteSpace=wrap;html=1;rotation=90;fillColor=#e3c800;fontColor=#000000;strokeColor=#B09500;" vertex="1" parent="1">
+         <mxCell id="73_bf7qP_FaloE6AHsFR-79" value="" style="shape=singleArrow;whiteSpace=wrap;html=1;rotation=90;fillColor=#e3c800;fontColor=#000000;strokeColor=#B09500;" parent="1" vertex="1">
          <mxGeometry x="284" y="291" width="80" height="60" as="geometry" />
        </mxCell>
-         <mxCell id="73_bf7qP_FaloE6AHsFR-80" value="" style="shape=singleArrow;whiteSpace=wrap;html=1;rotation=90;fillColor=#e3c800;fontColor=#000000;strokeColor=#B09500;" vertex="1" parent="1">
+         <mxCell id="73_bf7qP_FaloE6AHsFR-80" value="" style="shape=singleArrow;whiteSpace=wrap;html=1;rotation=90;fillColor=#e3c800;fontColor=#000000;strokeColor=#B09500;" parent="1" vertex="1">
          <mxGeometry x="284" y="131" width="80" height="60" as="geometry" />
        </mxCell>
-         <mxCell id="73_bf7qP_FaloE6AHsFR-81" value="" style="shape=singleArrow;whiteSpace=wrap;html=1;rotation=90;fillColor=#e3c800;fontColor=#000000;strokeColor=#B09500;" vertex="1" parent="1">
+         <mxCell id="73_bf7qP_FaloE6AHsFR-81" value="" style="shape=singleArrow;whiteSpace=wrap;html=1;rotation=90;fillColor=#e3c800;fontColor=#000000;strokeColor=#B09500;" parent="1" vertex="1">
          <mxGeometry x="284" y="450" width="80" height="60" as="geometry" />
        </mxCell>
-         <mxCell id="73_bf7qP_FaloE6AHsFR-82" value="&lt;b&gt;&lt;font style=&quot;font-size: 18px;&quot;&gt;MAIN UNIT&lt;/font&gt;&lt;/b&gt;" style="text;html=1;align=center;verticalAlign=middle;resizable=0;points=[];autosize=1;strokeColor=none;fillColor=none;" vertex="1" parent="1">
+         <mxCell id="73_bf7qP_FaloE6AHsFR-82" value="&lt;b&gt;&lt;font color=&quot;#000000&quot; style=&quot;font-size: 18px;&quot;&gt;MAIN UNIT&lt;/font&gt;&lt;/b&gt;" style="text;html=1;align=center;verticalAlign=middle;resizable=0;points=[];autosize=1;strokeColor=none;fillColor=none;" parent="1" vertex="1">
          <mxGeometry x="336" y="1007" width="120" height="40" as="geometry" />
        </mxCell>
-         <mxCell id="73_bf7qP_FaloE6AHsFR-83" value="&lt;font style=&quot;font-size: 18px;&quot;&gt;&lt;b&gt;POWER SUBSYSTEM&lt;/b&gt;&lt;/font&gt;" style="text;html=1;align=center;verticalAlign=middle;resizable=0;points=[];autosize=1;strokeColor=none;fillColor=none;" vertex="1" parent="1">
+         <mxCell id="73_bf7qP_FaloE6AHsFR-83" value="&lt;font color=&quot;#000000&quot; style=&quot;font-size: 18px;&quot;&gt;&lt;b&gt;POWER SUBSYSTEM&lt;/b&gt;&lt;/font&gt;" style="text;html=1;align=center;verticalAlign=middle;resizable=0;points=[];autosize=1;strokeColor=none;fillColor=none;" parent="1" vertex="1">
          <mxGeometry x="316" y="627" width="210" height="40" as="geometry" />
        </mxCell>
-         <mxCell id="73_bf7qP_FaloE6AHsFR-84" value="&lt;b&gt;&lt;font style=&quot;font-size: 14px;&quot;&gt;SPI&lt;/font&gt;&lt;/b&gt;" style="text;html=1;align=center;verticalAlign=middle;resizable=0;points=[];autosize=1;strokeColor=none;fillColor=none;" vertex="1" parent="1">
+         <mxCell id="73_bf7qP_FaloE6AHsFR-84" value="&lt;b&gt;&lt;font color=&quot;#000000&quot; style=&quot;font-size: 14px;&quot;&gt;SPI&lt;/font&gt;&lt;/b&gt;" style="text;html=1;align=center;verticalAlign=middle;resizable=0;points=[];autosize=1;strokeColor=none;fillColor=none;" parent="1" vertex="1">
          <mxGeometry x="325" y="717" width="50" height="30" as="geometry" />
        </mxCell>
-         <mxCell id="73_bf7qP_FaloE6AHsFR-85" value="&lt;b&gt;&lt;font style=&quot;font-size: 14px;&quot;&gt;I2C&lt;/font&gt;&lt;/b&gt;" style="text;html=1;align=center;verticalAlign=middle;resizable=0;points=[];autosize=1;strokeColor=none;fillColor=none;" vertex="1" parent="1">
+         <mxCell id="73_bf7qP_FaloE6AHsFR-85" value="&lt;b&gt;&lt;font color=&quot;#000000&quot; style=&quot;font-size: 14px;&quot;&gt;I2C&lt;/font&gt;&lt;/b&gt;" style="text;html=1;align=center;verticalAlign=middle;resizable=0;points=[];autosize=1;strokeColor=none;fillColor=none;" parent="1" vertex="1">
          <mxGeometry x="325" y="826" width="50" height="30" as="geometry" />
        </mxCell>
-         <mxCell id="73_bf7qP_FaloE6AHsFR-87" style="edgeStyle=orthogonalEdgeStyle;rounded=0;orthogonalLoop=1;jettySize=auto;html=1;exitX=1.001;exitY=0.106;exitDx=0;exitDy=0;fillColor=#fa6800;strokeColor=#C73500;exitPerimeter=0;" edge="1" parent="1">
+         <mxCell id="73_bf7qP_FaloE6AHsFR-87" style="edgeStyle=orthogonalEdgeStyle;rounded=0;orthogonalLoop=1;jettySize=auto;html=1;exitX=1.001;exitY=0.106;exitDx=0;exitDy=0;fillColor=#fa6800;strokeColor=#C73500;exitPerimeter=0;" parent="1" edge="1">
          <mxGeometry relative="1" as="geometry">
            <mxPoint x="334" y="849" as="sourcePoint" />
            <mxPoint x="376" y="848.9300000000001" as="targetPoint" />
            <Array as="points">
              <mxPoint x="352" y="849" />
            </Array>
          </mxGeometry>
        </mxCell>
      </root>
    </mxGraphModel>
  </diagram>
</mxfile>
